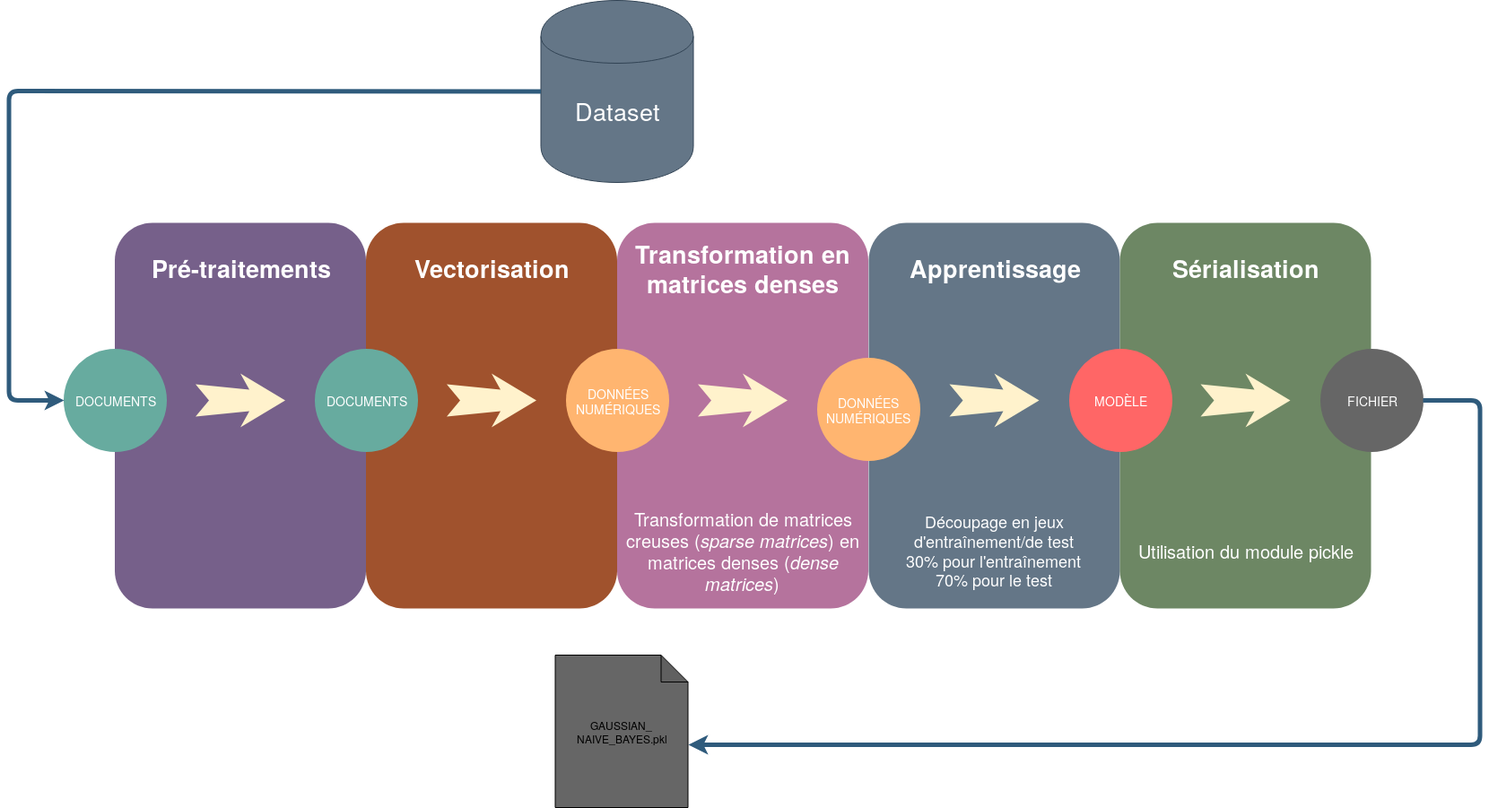
Above: Documents/Présentation/images/pipeline_gaussian_naive_bayes.png in anonbnr/HMIN232M_Project (draw.io), before the change. Source tidied: cells renumbered, new cells last; positions are measured from the earlier drawing's top-left corner, leaving out a move shared by most shapes. The source it was exported from:
```xml
<mxGraphModel background="#ffffff">
  <root>
    <mxCell id="0" />
    <mxCell id="1" parent="0" />
    <mxCell id="2" style="whiteSpace=wrap;html=1;rounded=1;shadow=0;strokeWidth=8;fontSize=20;align=center;fillColor=#76608a;strokeColor=none;fontColor=#ffffff;" parent="1" vertex="1">
      <mxGeometry x="118" y="248" width="280" height="430" as="geometry" />
    </mxCell>
    <mxCell id="3" value="Pré-traitements" style="text;html=1;strokeColor=none;fillColor=none;align=center;verticalAlign=middle;whiteSpace=wrap;rounded=0;shadow=0;fontSize=27;fontColor=#FFFFFF;fontStyle=1;" parent="1" vertex="1">
      <mxGeometry x="118" y="268" width="280" height="60" as="geometry" />
    </mxCell>
    <mxCell id="4" style="line;strokeWidth=2;html=1;rounded=0;shadow=0;fontSize=27;align=center;fillColor=none;strokeColor=none;" parent="1" vertex="1">
      <mxGeometry x="138" y="328" width="240" height="10" as="geometry" />
    </mxCell>
    <mxCell id="5" style="line;strokeWidth=2;html=1;rounded=0;shadow=0;fontSize=27;align=center;fillColor=none;strokeColor=none;" parent="1" vertex="1">
      <mxGeometry x="138" y="548" width="240" height="10" as="geometry" />
    </mxCell>
    <mxCell id="6" value="DOCUMENTS" style="ellipse;whiteSpace=wrap;html=1;rounded=0;shadow=0;strokeWidth=6;fontSize=14;align=center;fillColor=#67AB9F;strokeColor=none;fontColor=#FFFFFF;" parent="1" vertex="1">
      <mxGeometry x="61" y="388" width="115" height="115" as="geometry" />
    </mxCell>
    <mxCell id="7" style="html=1;shadow=0;dashed=0;align=center;verticalAlign=middle;shape=mxgraph.arrows2.stylisedArrow;dy=0.6;dx=40;notch=15;feather=0.4;rounded=0;strokeWidth=1;fontSize=27;strokeColor=none;fillColor=#fff2cc;" parent="1" vertex="1">
      <mxGeometry x="208" y="416" width="100" height="60" as="geometry" />
    </mxCell>
    <mxCell id="8" style="whiteSpace=wrap;html=1;rounded=1;shadow=0;strokeWidth=8;fontSize=20;align=center;fillColor=#a0522d;strokeColor=none;fontColor=#ffffff;" parent="1" vertex="1">
      <mxGeometry x="398" y="248" width="280" height="430" as="geometry" />
    </mxCell>
    <mxCell id="9" value="Vectorisation" style="text;html=1;strokeColor=none;fillColor=none;align=center;verticalAlign=middle;whiteSpace=wrap;rounded=0;shadow=0;fontSize=27;fontColor=#FFFFFF;fontStyle=1;" parent="1" vertex="1">
      <mxGeometry x="398" y="268" width="280" height="60" as="geometry" />
    </mxCell>
    <mxCell id="10" style="line;strokeWidth=2;html=1;rounded=0;shadow=0;fontSize=27;align=center;fillColor=none;strokeColor=none;" parent="1" vertex="1">
      <mxGeometry x="418" y="328" width="240" height="10" as="geometry" />
    </mxCell>
    <mxCell id="11" style="line;strokeWidth=2;html=1;rounded=0;shadow=0;fontSize=27;align=center;fillColor=none;strokeColor=none;" parent="1" vertex="1">
      <mxGeometry x="418" y="548" width="240" height="10" as="geometry" />
    </mxCell>
    <mxCell id="12" value="DOCUMENTS" style="ellipse;whiteSpace=wrap;html=1;rounded=0;shadow=0;strokeWidth=6;fontSize=14;align=center;fillColor=#67AB9F;strokeColor=none;fontColor=#FFFFFF;" parent="1" vertex="1">
      <mxGeometry x="341" y="388" width="115" height="115" as="geometry" />
    </mxCell>
    <mxCell id="13" style="html=1;shadow=0;dashed=0;align=center;verticalAlign=middle;shape=mxgraph.arrows2.stylisedArrow;dy=0.6;dx=40;notch=15;feather=0.4;rounded=0;strokeWidth=1;fontSize=27;strokeColor=none;fillColor=#fff2cc;" parent="1" vertex="1">
      <mxGeometry x="488" y="416" width="100" height="60" as="geometry" />
    </mxCell>
    <mxCell id="14" style="whiteSpace=wrap;html=1;rounded=1;shadow=0;strokeWidth=8;fontSize=20;align=center;fillColor=#647687;strokeColor=none;fontColor=#ffffff;" parent="1" vertex="1">
      <mxGeometry x="958.5" y="248" width="280" height="430" as="geometry" />
    </mxCell>
    <mxCell id="15" value="Apprentissage" style="text;html=1;strokeColor=none;fillColor=none;align=center;verticalAlign=middle;whiteSpace=wrap;rounded=0;shadow=0;fontSize=27;fontColor=#FFFFFF;fontStyle=1;" parent="1" vertex="1">
      <mxGeometry x="958.5" y="268" width="280" height="60" as="geometry" />
    </mxCell>
    <mxCell id="16" value="&lt;font style=&quot;font-size: 18px&quot;&gt;Découpage en jeux d'entraînement/de test&lt;br&gt;30% pour l'entraînement&lt;br&gt;70% pour le test&lt;br&gt;&lt;/font&gt;" style="text;html=1;strokeColor=none;fillColor=none;align=center;verticalAlign=middle;whiteSpace=wrap;rounded=0;shadow=0;fontSize=14;fontColor=#FFFFFF;" parent="1" vertex="1">
      <mxGeometry x="958.5" y="568" width="280" height="90" as="geometry" />
    </mxCell>
    <mxCell id="17" style="line;strokeWidth=2;html=1;rounded=0;shadow=0;fontSize=27;align=center;fillColor=none;strokeColor=none;" parent="1" vertex="1">
      <mxGeometry x="978.5" y="328" width="240" height="10" as="geometry" />
    </mxCell>
    <mxCell id="18" style="line;strokeWidth=2;html=1;rounded=0;shadow=0;fontSize=27;align=center;fillColor=none;strokeColor=none;" parent="1" vertex="1">
      <mxGeometry x="978.5" y="548" width="240" height="10" as="geometry" />
    </mxCell>
    <mxCell id="19" style="html=1;shadow=0;dashed=0;align=center;verticalAlign=middle;shape=mxgraph.arrows2.stylisedArrow;dy=0.6;dx=40;notch=15;feather=0.4;rounded=0;strokeWidth=1;fontSize=27;strokeColor=none;fillColor=#fff2cc;" parent="1" vertex="1">
      <mxGeometry x="1048.5" y="416" width="100" height="60" as="geometry" />
    </mxCell>
    <mxCell id="20" style="whiteSpace=wrap;html=1;rounded=1;shadow=0;strokeWidth=8;fontSize=20;align=center;fillColor=#6d8764;strokeColor=none;fontColor=#ffffff;" parent="1" vertex="1">
      <mxGeometry x="1238.5" y="248" width="280" height="430" as="geometry" />
    </mxCell>
    <mxCell id="21" value="Sérialisation" style="text;html=1;strokeColor=none;fillColor=none;align=center;verticalAlign=middle;whiteSpace=wrap;rounded=0;shadow=0;fontSize=27;fontColor=#FFFFFF;fontStyle=1;" parent="1" vertex="1">
      <mxGeometry x="1238.5" y="268" width="280" height="60" as="geometry" />
    </mxCell>
    <mxCell id="22" value="&lt;font style=&quot;font-size: 20px&quot;&gt;Utilisation du module pickle&lt;/font&gt;" style="text;html=1;strokeColor=none;fillColor=none;align=center;verticalAlign=middle;whiteSpace=wrap;rounded=0;shadow=0;fontSize=14;fontColor=#FFFFFF;" parent="1" vertex="1">
      <mxGeometry x="1238.5" y="568" width="280" height="90" as="geometry" />
    </mxCell>
    <mxCell id="23" style="line;strokeWidth=2;html=1;rounded=0;shadow=0;fontSize=27;align=center;fillColor=none;strokeColor=none;" parent="1" vertex="1">
      <mxGeometry x="1258.5" y="328" width="240" height="10" as="geometry" />
    </mxCell>
    <mxCell id="24" style="line;strokeWidth=2;html=1;rounded=0;shadow=0;fontSize=27;align=center;fillColor=none;strokeColor=none;" parent="1" vertex="1">
      <mxGeometry x="1258.5" y="548" width="240" height="10" as="geometry" />
    </mxCell>
    <mxCell id="25" value="MODÈLE" style="ellipse;whiteSpace=wrap;html=1;rounded=0;shadow=0;strokeWidth=6;fontSize=14;align=center;fillColor=#FF6666;strokeColor=none;fontColor=#FFFFFF;" parent="1" vertex="1">
      <mxGeometry x="1181.5" y="388" width="115" height="115" as="geometry" />
    </mxCell>
    <mxCell id="26" style="html=1;shadow=0;dashed=0;align=center;verticalAlign=middle;shape=mxgraph.arrows2.stylisedArrow;dy=0.6;dx=40;notch=15;feather=0.4;rounded=0;strokeWidth=1;fontSize=27;strokeColor=none;fillColor=#fff2cc;" parent="1" vertex="1">
      <mxGeometry x="1328.5" y="416" width="100" height="60" as="geometry" />
    </mxCell>
    <mxCell id="27" value="FICHIER" style="ellipse;whiteSpace=wrap;html=1;rounded=0;shadow=0;strokeWidth=6;fontSize=14;align=center;fillColor=#666666;strokeColor=none;fontColor=#FFFFFF;" parent="1" vertex="1">
      <mxGeometry x="1461.5" y="388" width="115" height="115" as="geometry" />
    </mxCell>
    <mxCell id="28" value="&lt;font style=&quot;font-size: 27px&quot;&gt;Dataset&lt;/font&gt;" style="shape=cylinder;whiteSpace=wrap;html=1;boundedLbl=1;backgroundOutline=1;fillColor=#647687;strokeColor=#314354;fontColor=#ffffff;" parent="1" vertex="1">
      <mxGeometry x="593" width="170" height="203" as="geometry" />
    </mxCell>
    <mxCell id="29" style="endArrow=classic;html=1;strokeWidth=5;entryX=0;entryY=0.5;entryDx=0;entryDy=0;strokeColor=#2F5B7C;" parent="1" edge="1" source="28" target="6">
      <mxGeometry relative="1" as="geometry">
        <Array as="points">
          <mxPoint y="101" />
          <mxPoint y="446" />
        </Array>
      </mxGeometry>
    </mxCell>
    <mxCell id="30" style="endArrow=classic;html=1;strokeWidth=5;exitX=1;exitY=0.5;exitDx=0;exitDy=0;strokeColor=#2F5B7C;entryX=0;entryY=0;entryDx=148;entryDy=100;entryPerimeter=0;" parent="1" edge="1" source="27" target="31">
      <mxGeometry relative="1" as="geometry">
        <Array as="points">
          <mxPoint x="1640" y="446" />
          <mxPoint x="1640" y="830" />
          <mxPoint x="1320" y="830" />
        </Array>
      </mxGeometry>
    </mxCell>
    <mxCell id="31" value="GAUSSIAN_&lt;br&gt;NAIVE_BAYES.pkl" style="shape=note;whiteSpace=wrap;html=1;backgroundOutline=1;darkOpacity=0.05;fillColor=#666666;gradientColor=none;" parent="1" vertex="1">
      <mxGeometry x="609" y="730" width="148" height="170" as="geometry" />
    </mxCell>
    <mxCell id="32" style="whiteSpace=wrap;html=1;rounded=1;shadow=0;strokeWidth=8;fontSize=20;align=center;fillColor=#B5739D;strokeColor=none;fontColor=#ffffff;" parent="1" vertex="1">
      <mxGeometry x="678" y="248" width="280" height="430" as="geometry" />
    </mxCell>
    <mxCell id="33" value="Transformation en matrices denses" style="text;html=1;strokeColor=none;fillColor=none;align=center;verticalAlign=middle;whiteSpace=wrap;rounded=0;shadow=0;fontSize=27;fontColor=#FFFFFF;fontStyle=1;" parent="1" vertex="1">
      <mxGeometry x="678" y="268" width="280" height="60" as="geometry" />
    </mxCell>
    <mxCell id="34" value="&lt;font style=&quot;font-size: 20px&quot;&gt;Transformation de matrices creuses (&lt;i&gt;sparse matrices&lt;/i&gt;) en matrices denses (&lt;i&gt;dense matrices&lt;/i&gt;)&lt;br&gt;&lt;/font&gt;" style="text;html=1;strokeColor=none;fillColor=none;align=center;verticalAlign=middle;whiteSpace=wrap;rounded=0;shadow=0;fontSize=14;fontColor=#FFFFFF;" parent="1" vertex="1">
      <mxGeometry x="678" y="568" width="280" height="90" as="geometry" />
    </mxCell>
    <mxCell id="35" style="line;strokeWidth=2;html=1;rounded=0;shadow=0;fontSize=27;align=center;fillColor=none;strokeColor=none;" parent="1" vertex="1">
      <mxGeometry x="698" y="328" width="240" height="10" as="geometry" />
    </mxCell>
    <mxCell id="36" style="line;strokeWidth=2;html=1;rounded=0;shadow=0;fontSize=27;align=center;fillColor=none;strokeColor=none;" parent="1" vertex="1">
      <mxGeometry x="698" y="548" width="240" height="10" as="geometry" />
    </mxCell>
    <mxCell id="37" style="html=1;shadow=0;dashed=0;align=center;verticalAlign=middle;shape=mxgraph.arrows2.stylisedArrow;dy=0.6;dx=40;notch=15;feather=0.4;rounded=0;strokeWidth=1;fontSize=27;strokeColor=none;fillColor=#fff2cc;" parent="1" vertex="1">
      <mxGeometry x="768" y="416" width="100" height="60" as="geometry" />
    </mxCell>
    <mxCell id="38" value="DONNÉES NUMÉRIQUES" style="ellipse;whiteSpace=wrap;html=1;rounded=0;shadow=0;strokeWidth=6;fontSize=14;align=center;fillColor=#FFB570;strokeColor=none;fontColor=#FFFFFF;" parent="1" vertex="1">
      <mxGeometry x="621" y="388" width="115" height="115" as="geometry" />
    </mxCell>
    <mxCell id="39" value="DONNÉES NUMÉRIQUES" style="ellipse;whiteSpace=wrap;html=1;rounded=0;shadow=0;strokeWidth=6;fontSize=14;align=center;fillColor=#FFB570;strokeColor=none;fontColor=#FFFFFF;" parent="1" vertex="1">
      <mxGeometry x="900.5" y="398" width="115" height="115" as="geometry" />
    </mxCell>
  </root>
</mxGraphModel>
```
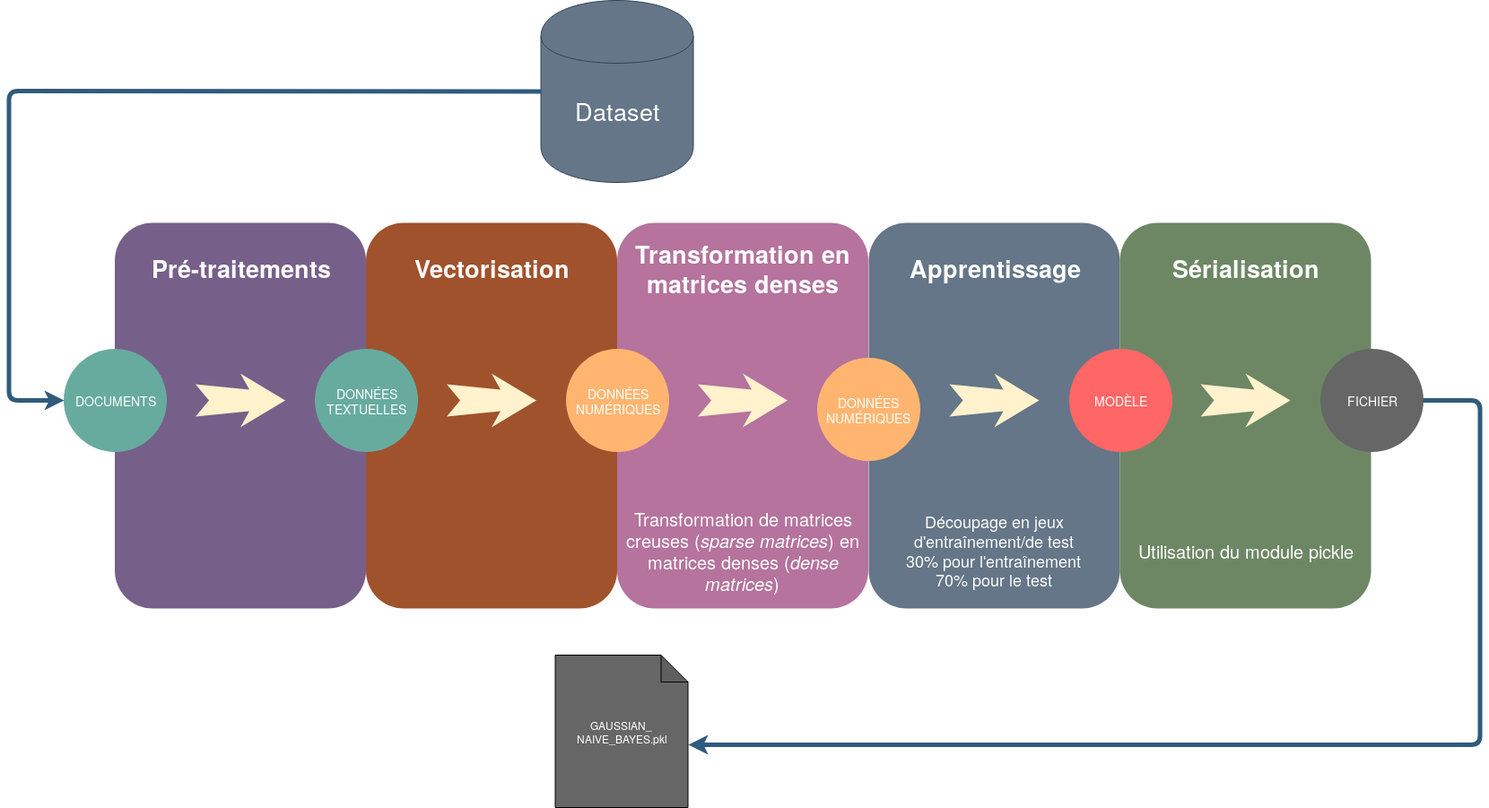
The same file after the commit.

The edit, as a diff of the source:
```diff
@@ -32,7 +32,7 @@
     <mxCell id="11" style="line;strokeWidth=2;html=1;rounded=0;shadow=0;fontSize=27;align=center;fillColor=none;strokeColor=none;" parent="1" vertex="1">
       <mxGeometry x="418" y="548" width="240" height="10" as="geometry" />
     </mxCell>
-    <mxCell id="12" value="DOCUMENTS" style="ellipse;whiteSpace=wrap;html=1;rounded=0;shadow=0;strokeWidth=6;fontSize=14;align=center;fillColor=#67AB9F;strokeColor=none;fontColor=#FFFFFF;" parent="1" vertex="1">
+    <mxCell id="12" value="DONNÉES TEXTUELLES" style="ellipse;whiteSpace=wrap;html=1;rounded=0;shadow=0;strokeWidth=6;fontSize=14;align=center;fillColor=#67AB9F;strokeColor=none;fontColor=#FFFFFF;" parent="1" vertex="1">
       <mxGeometry x="341" y="388" width="115" height="115" as="geometry" />
     </mxCell>
     <mxCell id="13" style="html=1;shadow=0;dashed=0;align=center;verticalAlign=middle;shape=mxgraph.arrows2.stylisedArrow;dy=0.6;dx=40;notch=15;feather=0.4;rounded=0;strokeWidth=1;fontSize=27;strokeColor=none;fillColor=#fff2cc;" parent="1" vertex="1">
@@ -100,7 +100,7 @@
         </Array>
       </mxGeometry>
     </mxCell>
-    <mxCell id="31" value="GAUSSIAN_&lt;br&gt;NAIVE_BAYES.pkl" style="shape=note;whiteSpace=wrap;html=1;backgroundOutline=1;darkOpacity=0.05;fillColor=#666666;gradientColor=none;" parent="1" vertex="1">
+    <mxCell id="31" value="&lt;font color=&quot;#FFFFFF&quot;&gt;GAUSSIAN_&lt;br&gt;NAIVE_BAYES.pkl&lt;/font&gt;" style="shape=note;whiteSpace=wrap;html=1;backgroundOutline=1;darkOpacity=0.05;fillColor=#666666;gradientColor=none;" parent="1" vertex="1">
       <mxGeometry x="609" y="730" width="148" height="170" as="geometry" />
     </mxCell>
     <mxCell id="32" style="whiteSpace=wrap;html=1;rounded=1;shadow=0;strokeWidth=8;fontSize=20;align=center;fillColor=#B5739D;strokeColor=none;fontColor=#ffffff;" parent="1" vertex="1">
```
